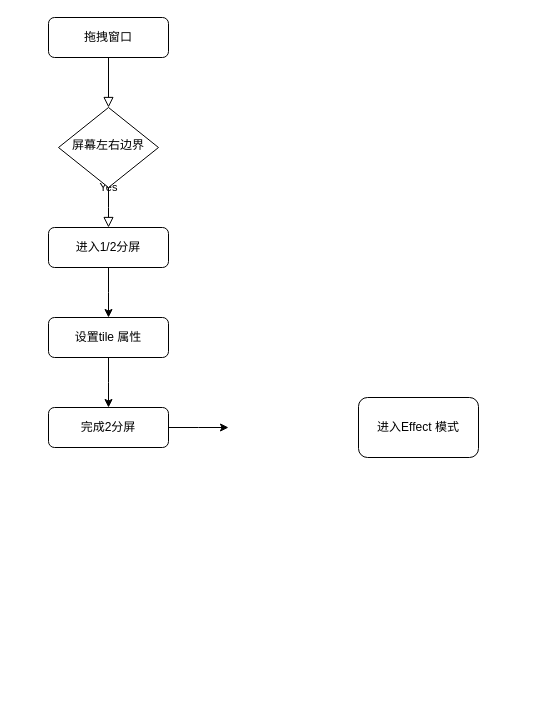
Above: sp3.drawio in haidong-602/hitong (draw.io), before the change. Source tidied: cells renumbered, new cells numbered last; positions are measured from the earlier drawing's top-left corner, leaving out a move shared by most shapes. Both pictures are drawn from the tidied source at 100%, with x=0, y=0 at pixel (48, 17).
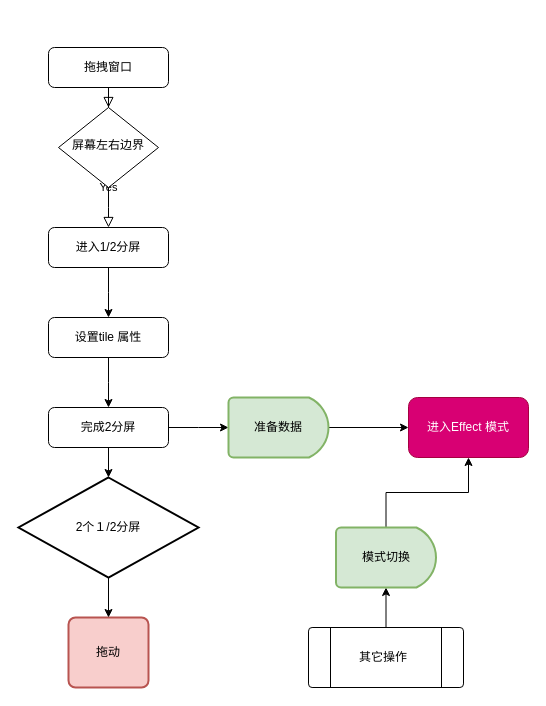
Above is the later version.

Unchanged cells that the change refers to:
```xml
<mxCell id="11" value="完成2分屏" style="rounded=1;whiteSpace=wrap;html=1;fontSize=12;glass=0;strokeWidth=1;shadow=0;" parent="1" vertex="1">
  <mxGeometry y="390" width="120" height="40" as="geometry" />
</mxCell>
```

Diff of the diagram source:
```diff
@@
     <mxCell id="3" value="拖拽窗口" style="rounded=1;whiteSpace=wrap;html=1;fontSize=12;glass=0;strokeWidth=1;shadow=0;" parent="1" vertex="1">
-      <mxGeometry width="120" height="40" as="geometry" />
+      <mxGeometry y="30" width="120" height="40" as="geometry" />
     </mxCell>
@@
+    <mxCell id="13" style="edgeStyle=orthogonalEdgeStyle;rounded=0;jettySize=auto;html=1;exitX=0.5;exitY=1;exitDx=0;exitDy=0;" parent="1" edge="1" source="11">
+      <mxGeometry relative="1" as="geometry">
+        <mxPoint x="60" y="460" as="targetPoint" />
+      </mxGeometry>
+    </mxCell>
@@
-    <mxCell id="12" value="进入Effect 模式" style="rounded=1;whiteSpace=wrap;html=1;" parent="1" vertex="1">
-      <mxGeometry x="310" y="380" width="120" height="60" as="geometry" />
+    <mxCell id="12" value="进入Effect 模式" style="rounded=1;whiteSpace=wrap;html=1;fillColor=#d80073;strokeColor=#A50040;fontColor=#ffffff;" parent="1" vertex="1">
+      <mxGeometry x="360" y="380" width="120" height="60" as="geometry" />
     </mxCell>
+    <mxCell id="14" style="edgeStyle=orthogonalEdgeStyle;rounded=0;jettySize=auto;html=1;exitX=1;exitY=0.5;exitDx=0;exitDy=0;exitPerimeter=0;" parent="1" edge="1" source="15" target="12">
+      <mxGeometry relative="1" as="geometry" />
+    </mxCell>
+    <mxCell id="15" value="准备数据" style="strokeWidth=2;html=1;shape=mxgraph.flowchart.delay;whiteSpace=wrap;fillColor=#d5e8d4;strokeColor=#82b366;" parent="1" vertex="1">
+      <mxGeometry x="180" y="380" width="100" height="60" as="geometry" />
+    </mxCell>
+    <mxCell id="16" style="edgeStyle=orthogonalEdgeStyle;rounded=0;jettySize=auto;html=1;exitX=0.5;exitY=0;exitDx=0;exitDy=0;entryX=0.5;entryY=1;entryDx=0;entryDy=0;entryPerimeter=0;" parent="1" edge="1" source="17" target="22">
+      <mxGeometry relative="1" as="geometry" />
+    </mxCell>
+    <mxCell id="17" style="verticalLabelPosition=bottom;verticalAlign=top;html=1;shape=process;whiteSpace=wrap;rounded=1;size=0.14;arcSize=6;" parent="1" vertex="1">
+      <mxGeometry x="260" y="610" width="155" height="60" as="geometry" />
+    </mxCell>
+    <mxCell id="18" value="拖动" style="rounded=1;whiteSpace=wrap;html=1;absoluteArcSize=1;arcSize=14;strokeWidth=2;fillColor=#f8cecc;strokeColor=#b85450;" parent="1" vertex="1">
+      <mxGeometry x="20" y="600" width="80" height="70" as="geometry" />
+    </mxCell>
+    <mxCell id="19" style="edgeStyle=orthogonalEdgeStyle;rounded=0;jettySize=auto;html=1;exitX=0.5;exitY=1;exitDx=0;exitDy=0;exitPerimeter=0;entryX=0.5;entryY=0;entryDx=0;entryDy=0;" parent="1" edge="1" source="20" target="18">
+      <mxGeometry relative="1" as="geometry" />
+    </mxCell>
+    <mxCell id="20" value="2个１/2分屏" style="strokeWidth=2;html=1;shape=mxgraph.flowchart.decision;whiteSpace=wrap;" parent="1" vertex="1">
+      <mxGeometry x="-30" y="460" width="180" height="100" as="geometry" />
+    </mxCell>
+    <mxCell id="21" style="edgeStyle=orthogonalEdgeStyle;rounded=0;jettySize=auto;html=1;exitX=0.5;exitY=0;exitDx=0;exitDy=0;exitPerimeter=0;entryX=0.5;entryY=1;entryDx=0;entryDy=0;" parent="1" edge="1" source="22" target="12">
+      <mxGeometry relative="1" as="geometry" />
+    </mxCell>
+    <mxCell id="22" value="模式切换" style="strokeWidth=2;html=1;shape=mxgraph.flowchart.delay;whiteSpace=wrap;fillColor=#d5e8d4;strokeColor=#82b366;" parent="1" vertex="1">
+      <mxGeometry x="287.5" y="510" width="100" height="60" as="geometry" />
+    </mxCell>
+    <mxCell id="23" value="其它操作" style="text;html=1;strokeColor=none;fillColor=none;align=center;verticalAlign=middle;whiteSpace=wrap;rounded=0;" parent="1" vertex="1">
+      <mxGeometry x="305" y="630" width="60" height="20" as="geometry" />
+    </mxCell>
```
